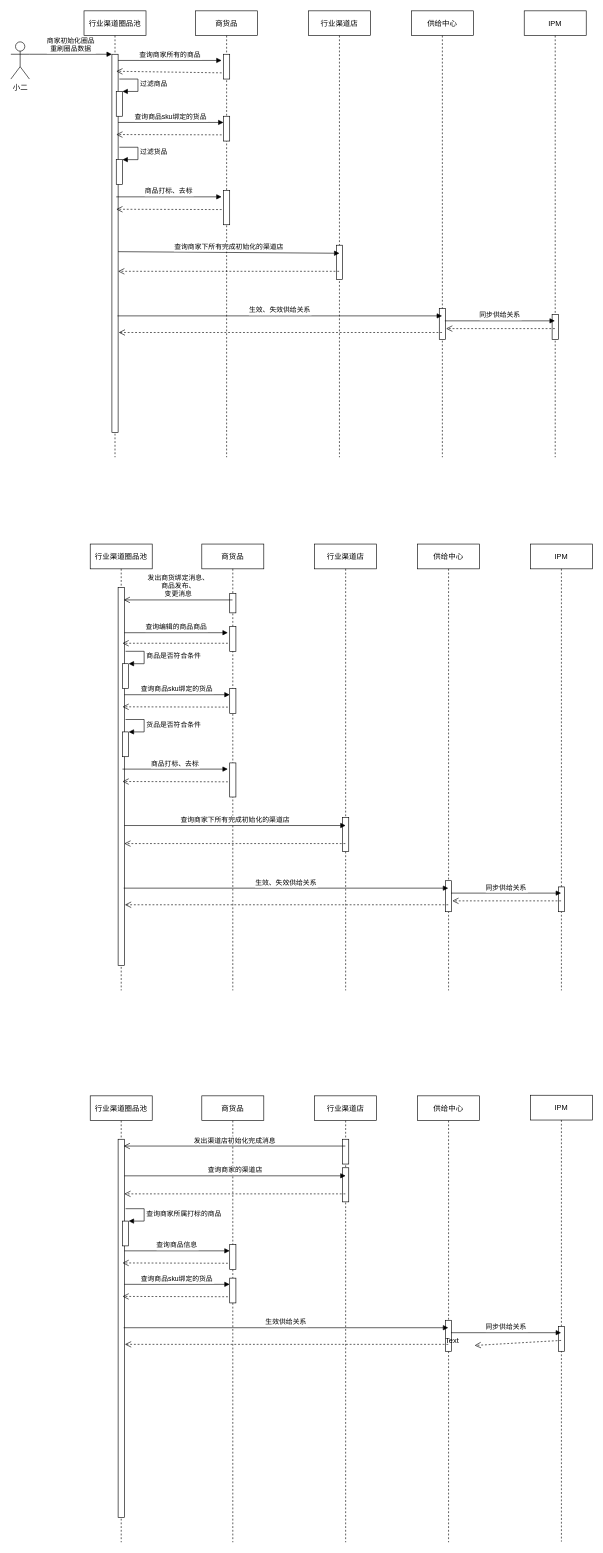
Above: 未命名绘图.drawio in xuyiyang/readme (draw.io), before the change. Source tidied: cells renumbered, new cells numbered last; positions are measured from the earlier drawing's top-left corner, leaving out a move shared by most shapes. Both pictures are drawn from the tidied source at 62%, with x=0, y=0 at pixel (11, 11).
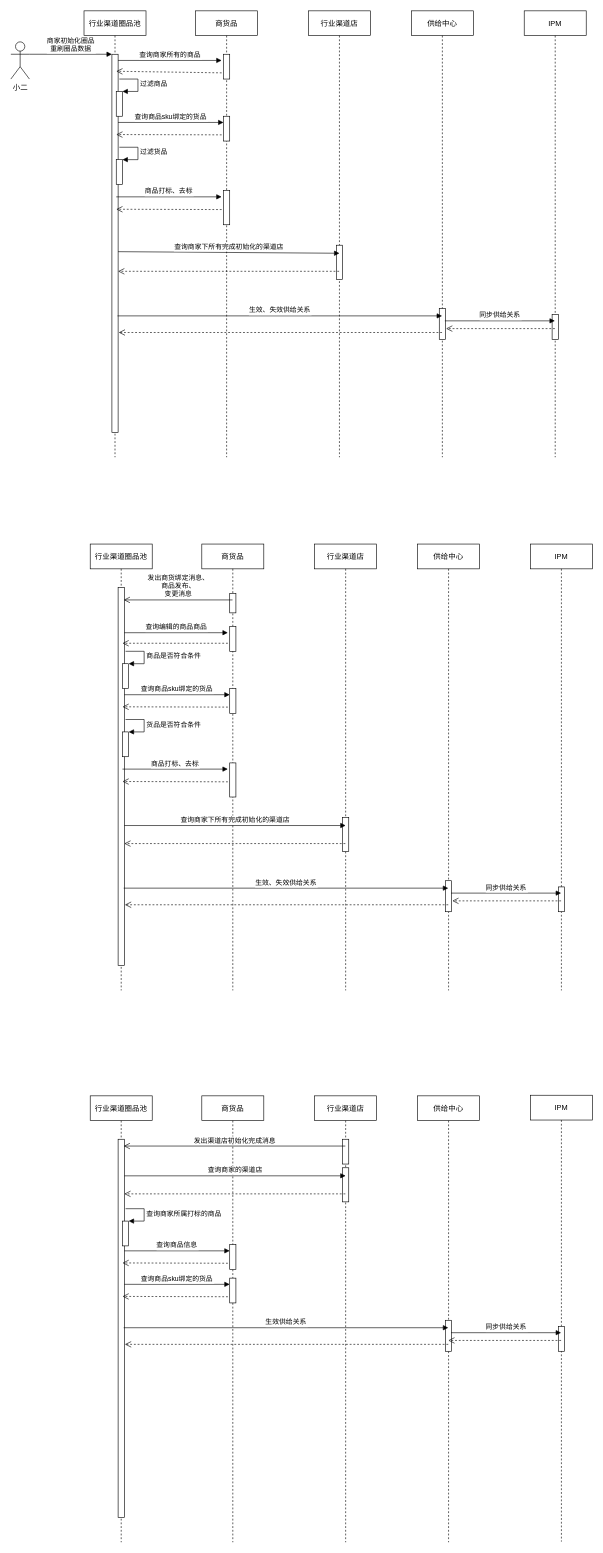
After the change.

Commit message (it also covers changes not shown here):
更新未命名绘图.drawio

Unchanged cells that the change refers to:
```xml
<mxCell id="72" value="供给中心" style="shape=umlLifeline;perimeter=lifelinePerimeter;rounded=0;shadow=0;strokeWidth=1;" parent="1" vertex="1">
  <mxGeometry x="656" y="1750" width="100" height="720" as="geometry" />
</mxCell>
```

Change to the diagram source:
```diff
@@
-    <mxCell id="85" style="verticalAlign=bottom;endArrow=open;dashed=1;endSize=8;shadow=0;strokeWidth=1;entryX=1.1;entryY=0.77;entryDx=0;entryDy=0;entryPerimeter=0;" parent="1" edge="1" target="87">
+    <mxCell id="85" style="verticalAlign=bottom;endArrow=open;dashed=1;endSize=8;shadow=0;strokeWidth=1;" parent="1" edge="1" target="72">
       <mxGeometry relative="1" as="geometry">
         <mxPoint x="887.5" y="2144.5" as="sourcePoint" />
       </mxGeometry>
     </mxCell>
@@
-    <mxCell id="87" value="Text" style="text;html=1;strokeColor=none;fillColor=none;align=center;verticalAlign=middle;whiteSpace=wrap;rounded=0;" parent="1" vertex="1">
-      <mxGeometry x="682" y="2129.5" width="60" height="30" as="geometry" />
-    </mxCell>
```
